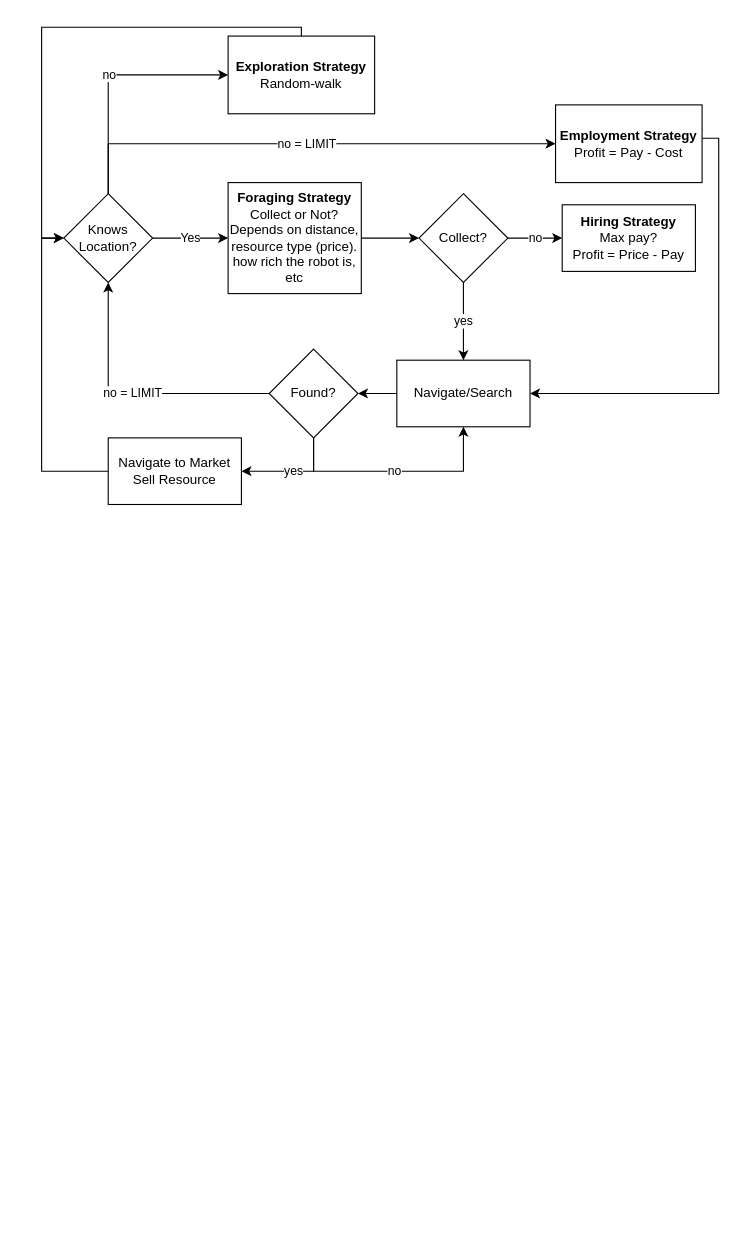
Earlier version of the draw.io diagram MarketForaging/Copy of Untitled Diagram.drawio (teksander/geth-argos). Source tidied: cells renumbered, new cells numbered last; positions are measured from the earlier drawing's top-left corner, leaving out a move shared by most shapes. Both pictures are drawn from the tidied source at 111%, with x=0, y=0 at pixel (41, 27).
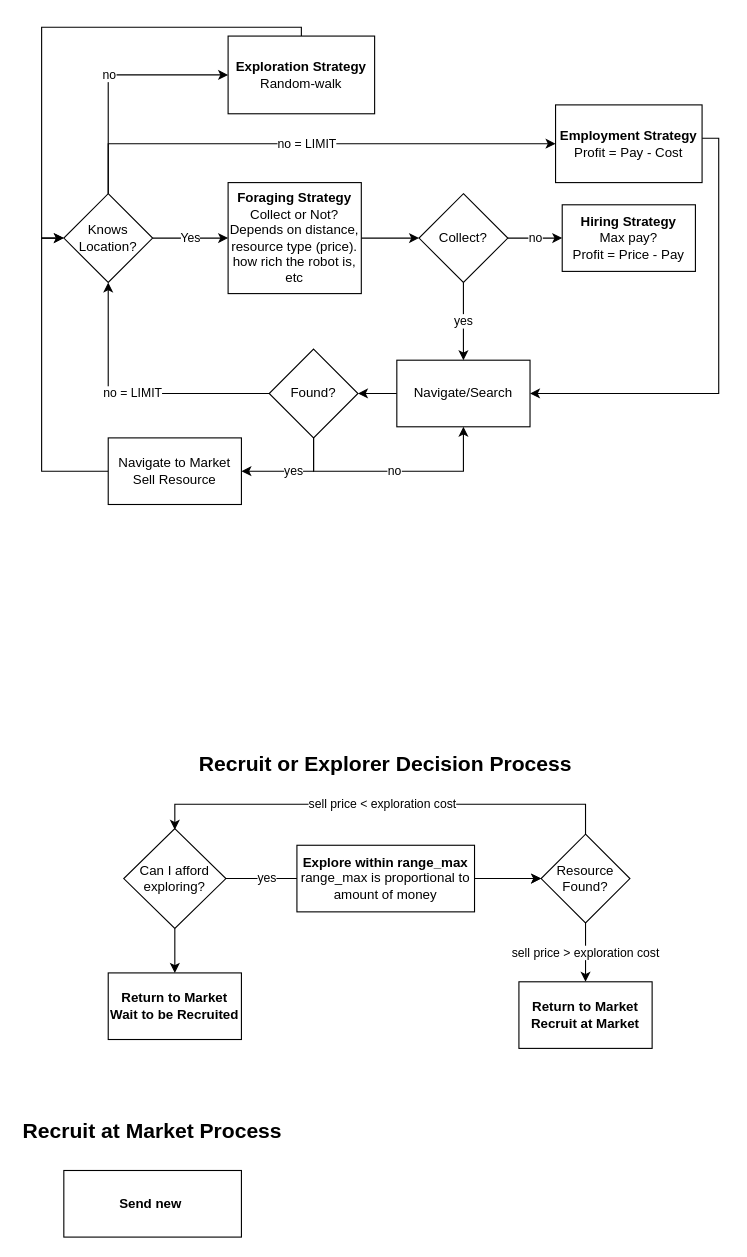
The same diagram, later.

The edit, as a diff of the source:
```diff
@@
+    <mxCell id="24" value="yes" style="edgeStyle=orthogonalEdgeStyle;rounded=0;jettySize=auto;html=1;" parent="1" edge="1" source="26">
+      <mxGeometry relative="1" as="geometry">
+        <mxPoint x="240" y="767" as="targetPoint" />
+      </mxGeometry>
+    </mxCell>
+    <mxCell id="25" style="edgeStyle=orthogonalEdgeStyle;rounded=0;jettySize=auto;html=1;fontSize=19;" parent="1" edge="1" source="26" target="34">
+      <mxGeometry relative="1" as="geometry" />
+    </mxCell>
+    <mxCell id="26" value="Can I afford exploring?" style="rhombus;whiteSpace=wrap;html=1;" parent="1" vertex="1">
+      <mxGeometry x="74" y="722" width="92" height="90" as="geometry" />
+    </mxCell>
+    <mxCell id="27" style="edgeStyle=orthogonalEdgeStyle;rounded=0;jettySize=auto;html=1;" parent="1" edge="1" source="29" target="32">
+      <mxGeometry relative="1" as="geometry" />
+    </mxCell>
+    <mxCell id="28" style="edgeStyle=orthogonalEdgeStyle;rounded=0;jettySize=auto;html=1;" parent="1" edge="1" source="29" target="32">
+      <mxGeometry relative="1" as="geometry" />
+    </mxCell>
+    <mxCell id="29" value="&lt;b&gt;Explore within range_max&lt;/b&gt;&lt;br&gt;range_max is proportional to amount of money" style="rounded=0;whiteSpace=wrap;html=1;" parent="1" vertex="1">
+      <mxGeometry x="230" y="737" width="160" height="60" as="geometry" />
+    </mxCell>
+    <mxCell id="30" value="sell price &amp;gt; exploration cost" style="edgeStyle=orthogonalEdgeStyle;rounded=0;jettySize=auto;html=1;" parent="1" edge="1" source="32" target="33">
+      <mxGeometry relative="1" as="geometry" />
+    </mxCell>
+    <mxCell id="31" value="sell price &amp;lt; exploration cost" style="edgeStyle=orthogonalEdgeStyle;rounded=0;orthogonalLoop=1;jettySize=auto;html=1;entryX=0.5;entryY=0;entryDx=0;entryDy=0;" parent="1" edge="1">
+      <mxGeometry relative="1" as="geometry">
+        <mxPoint x="490" y="728" as="sourcePoint" />
+        <mxPoint x="120" y="723" as="targetPoint" />
+        <Array as="points">
+          <mxPoint x="490" y="700" />
+          <mxPoint x="120" y="700" />
+        </Array>
+      </mxGeometry>
+    </mxCell>
+    <mxCell id="32" value="Resource Found?" style="rhombus;whiteSpace=wrap;html=1;" parent="1" vertex="1">
+      <mxGeometry x="450" y="727" width="80" height="80" as="geometry" />
+    </mxCell>
+    <mxCell id="33" value="Return to Market&lt;br&gt;Recruit at Market" style="whiteSpace=wrap;html=1;fontStyle=1;" parent="1" vertex="1">
+      <mxGeometry x="430" y="860" width="120" height="60" as="geometry" />
+    </mxCell>
+    <mxCell id="34" value="Return to Market&lt;br&gt;Wait to be Recruited" style="whiteSpace=wrap;html=1;fontStyle=1;" parent="1" vertex="1">
+      <mxGeometry x="60" y="852" width="120" height="60" as="geometry" />
+    </mxCell>
+    <mxCell id="35" value="&lt;font style=&quot;font-size: 19px&quot;&gt;Recruit or Explorer Decision Process&lt;/font&gt;" style="text;html=1;strokeColor=none;fillColor=none;align=center;verticalAlign=middle;whiteSpace=wrap;rounded=0;fontStyle=1;" parent="1" vertex="1">
+      <mxGeometry x="125" y="650" width="370" height="30" as="geometry" />
+    </mxCell>
+    <mxCell id="36" value="&lt;font style=&quot;font-size: 19px&quot;&gt;Recruit at Market Process&lt;/font&gt;" style="text;html=1;strokeColor=none;fillColor=none;align=center;verticalAlign=middle;whiteSpace=wrap;rounded=0;fontStyle=1;" parent="1" vertex="1">
+      <mxGeometry x="-20" y="980" width="240" height="30" as="geometry" />
+    </mxCell>
+    <mxCell id="37" value="&lt;b&gt;Send new&amp;nbsp;&lt;/b&gt;" style="rounded=0;whiteSpace=wrap;html=1;" parent="1" vertex="1">
+      <mxGeometry x="20" y="1030" width="160" height="60" as="geometry" />
+    </mxCell>
```
